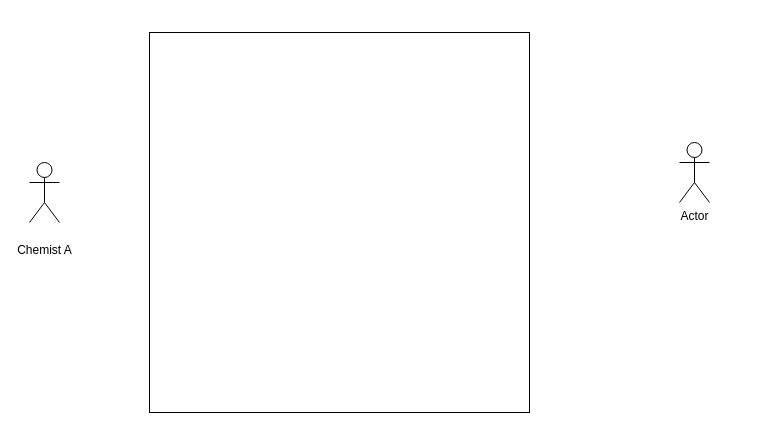
Before: UML/Untitled Diagram.drawio in a-l-a-z-a-r/Chemical-Mixing-Data-Synthesis, a draw.io diagram. Source tidied: cells renumbered, new cells numbered last; positions are measured from the earlier drawing's top-left corner, leaving out a move shared by most shapes. Both pictures are drawn from the tidied source at 100%, with x=0, y=0 at pixel (29, 32).
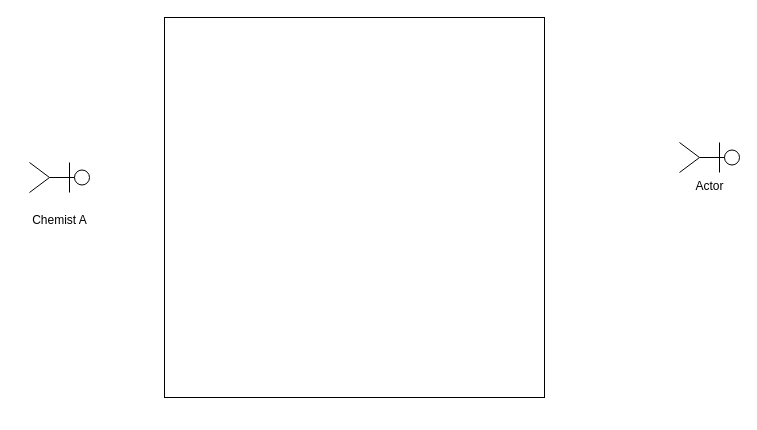
After the change.

Diff of the diagram source:
```diff
@@
 <mxGraphModel>
   <root>
     <mxCell id="0" />
     <mxCell id="1" parent="0" />
-    <mxCell id="2" style="whiteSpace=wrap;html=1;" parent="1" vertex="1">
-      <mxGeometry x="120" width="380" height="380" as="geometry" />
+    <mxCell id="2" style="whiteSpace=wrap;html=1;direction=south;" parent="1" vertex="1">
+      <mxGeometry x="135" y="-15" width="380" height="380" as="geometry" />
     </mxCell>
-    <mxCell id="3" value="&lt;div&gt;&lt;br&gt;&lt;/div&gt;&lt;div&gt;Chemist A&lt;br&gt;&lt;/div&gt;" style="shape=umlActor;verticalLabelPosition=bottom;verticalAlign=top;html=1;" parent="1" vertex="1">
-      <mxGeometry y="130" width="30" height="60" as="geometry" />
+    <mxCell id="3" value="&lt;div&gt;&lt;br&gt;&lt;/div&gt;&lt;div&gt;Chemist A&lt;br&gt;&lt;/div&gt;" style="shape=umlActor;verticalLabelPosition=bottom;verticalAlign=top;html=1;direction=south;" parent="1" vertex="1">
+      <mxGeometry y="130" width="60" height="30" as="geometry" />
     </mxCell>
-    <mxCell id="4" value="Actor" style="shape=umlActor;verticalLabelPosition=bottom;verticalAlign=top;html=1;" parent="1" vertex="1">
-      <mxGeometry x="650" y="110" width="30" height="60" as="geometry" />
+    <mxCell id="4" value="Actor" style="shape=umlActor;verticalLabelPosition=bottom;verticalAlign=top;html=1;direction=south;" parent="1" vertex="1">
+      <mxGeometry x="650" y="110" width="60" height="30" as="geometry" />
     </mxCell>
   </root>
 </mxGraphModel>
```
